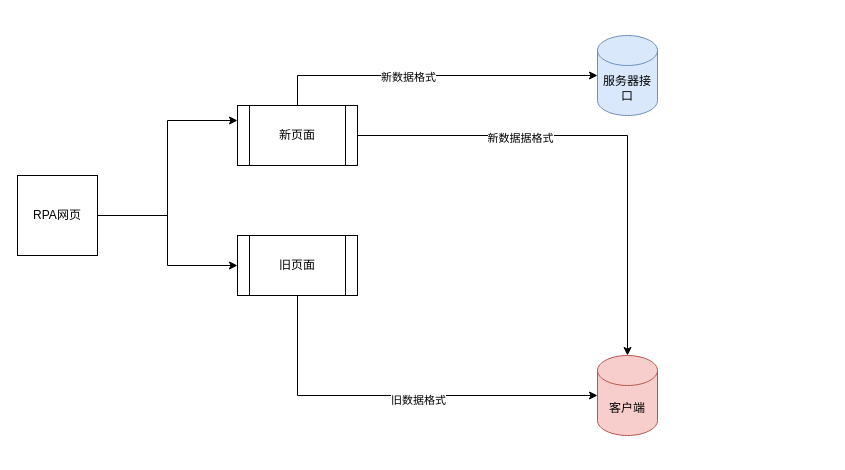
hijimo/flow-pics keeps this draw.io diagram as 自动化上云2.drawio. Above is the earlier version. Source tidied: cells renumbered, new cells numbered last; positions are measured from the earlier drawing's top-left corner, leaving out a move shared by most shapes. Both pictures are drawn from the tidied source at 100%, with x=0, y=0 at pixel (17, 35).
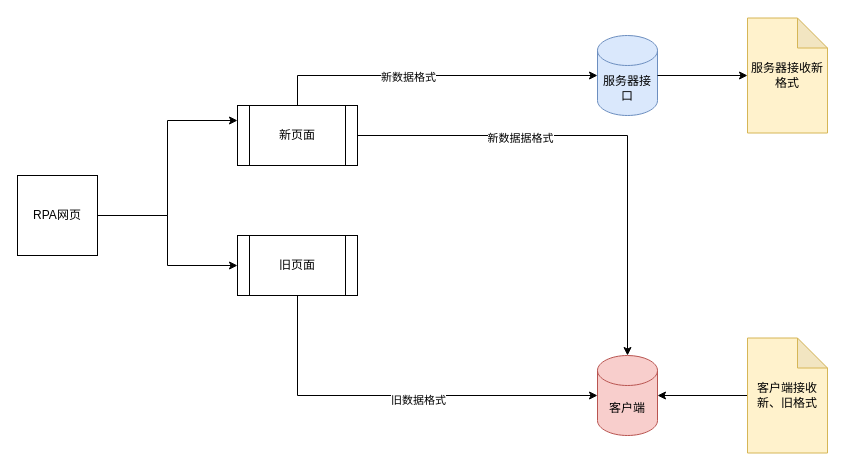
After the change.

Commit message (it also covers changes not shown here):
更新自动化上云2.drawio

Unchanged cells that the change refers to:
```xml
<mxCell id="5" value="客户端" style="shape=cylinder3;whiteSpace=wrap;html=1;boundedLbl=1;backgroundOutline=1;size=15;fillColor=#f8cecc;strokeColor=#b85450;" parent="1" vertex="1">
  <mxGeometry x="580" y="320" width="60" height="80" as="geometry" />
</mxCell>
<mxCell id="6" value="服务器接口" style="shape=cylinder3;whiteSpace=wrap;html=1;boundedLbl=1;backgroundOutline=1;size=15;fillColor=#dae8fc;strokeColor=#6c8ebf;" parent="1" vertex="1">
  <mxGeometry x="580" width="60" height="80" as="geometry" />
</mxCell>
```

Change to the diagram source:
```diff
@@
+    <mxCell id="15" style="edgeStyle=orthogonalEdgeStyle;rounded=0;jettySize=auto;html=1;" parent="1" edge="1" source="16" target="5">
+      <mxGeometry relative="1" as="geometry" />
+    </mxCell>
+    <mxCell id="16" value="客户端接收新、旧格式" style="shape=note;whiteSpace=wrap;html=1;backgroundOutline=1;darkOpacity=0.05;fillColor=#fff2cc;strokeColor=#d6b656;" parent="1" vertex="1">
+      <mxGeometry x="730" y="302.5" width="80" height="115" as="geometry" />
+    </mxCell>
+    <mxCell id="17" value="服务器接收新格式" style="shape=note;whiteSpace=wrap;html=1;backgroundOutline=1;darkOpacity=0.05;fillColor=#fff2cc;strokeColor=#d6b656;" parent="1" vertex="1">
+      <mxGeometry x="730" y="-17.5" width="80" height="115" as="geometry" />
+    </mxCell>
+    <mxCell id="18" style="edgeStyle=orthogonalEdgeStyle;rounded=0;jettySize=auto;html=1;entryX=0;entryY=0.5;entryDx=0;entryDy=0;entryPerimeter=0;" parent="1" edge="1" source="6" target="17">
+      <mxGeometry relative="1" as="geometry" />
+    </mxCell>
```
